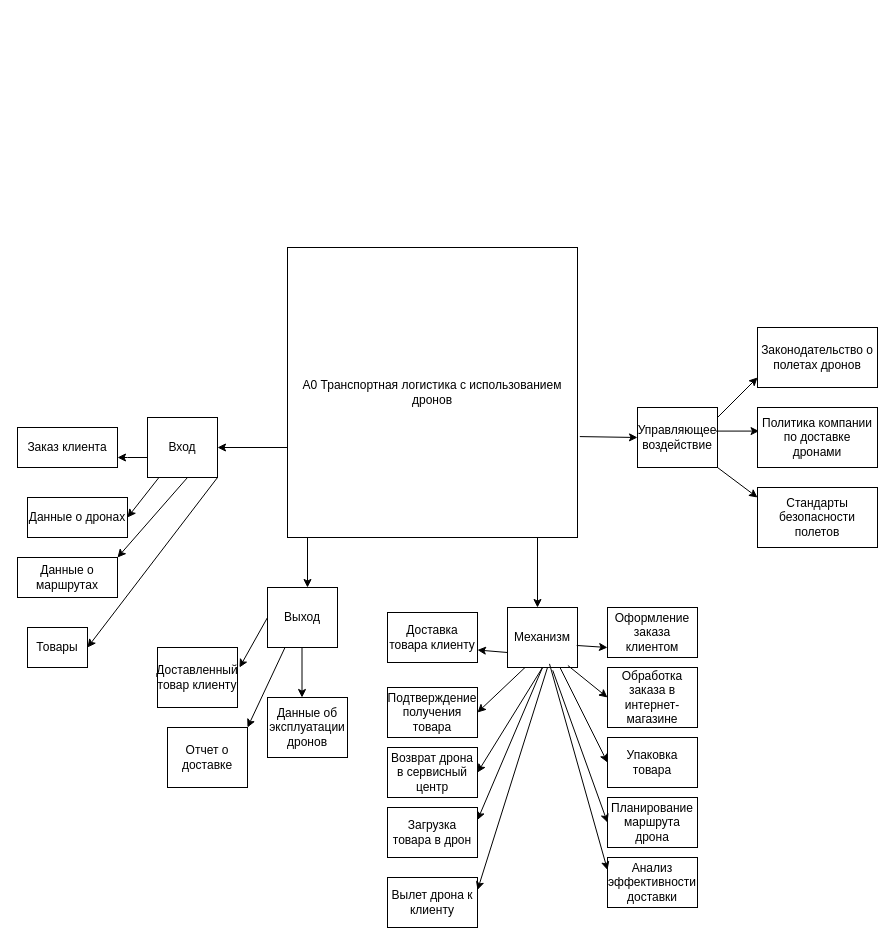
Earlier version of the draw.io diagram Диаграмма без названия.drawio (Exorser/calculator-app). Source tidied: cells renumbered, new cells numbered last; positions are measured from the earlier drawing's top-left corner, leaving out a move shared by most shapes. Both pictures are drawn from the tidied source at 100%, with x=0, y=0 at pixel (17, 247).
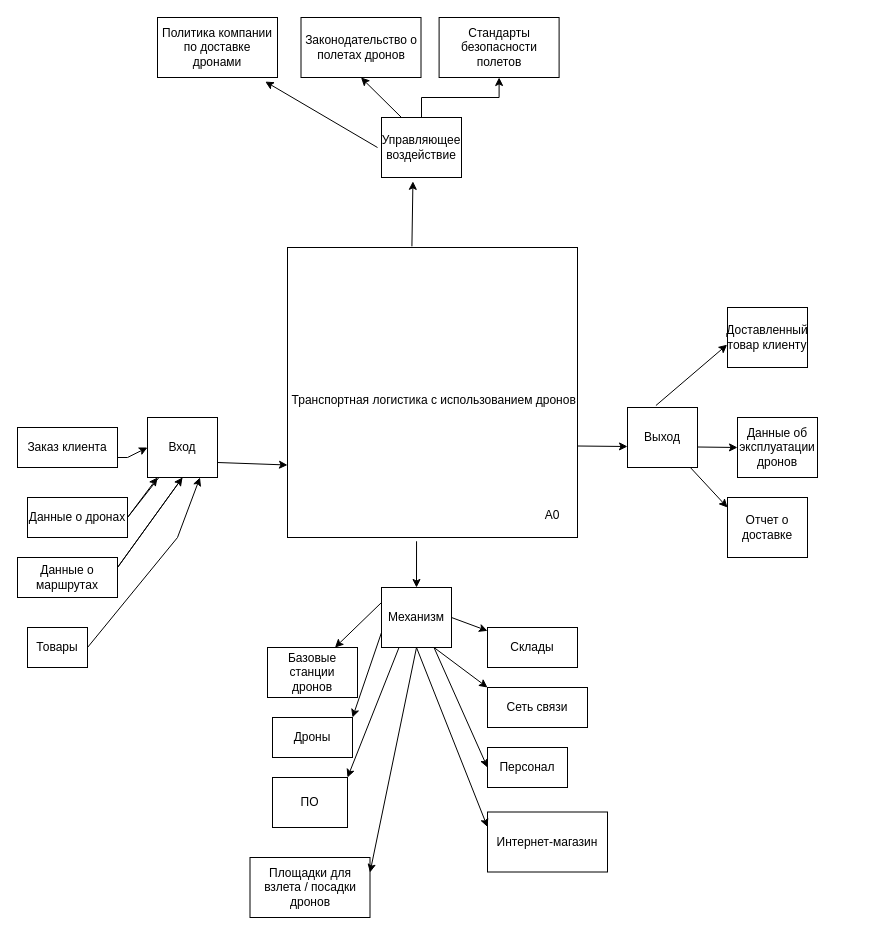
Above is the later version.

Unchanged cells that the change refers to:
```xml
<mxCell id="7" value="Вход" style="rounded=0;whiteSpace=wrap;html=1;" parent="1" vertex="1">
  <mxGeometry x="130" y="170" width="70" height="60" as="geometry" />
</mxCell>
<mxCell id="11" value="Заказ клиента" style="rounded=0;whiteSpace=wrap;html=1;" parent="1" vertex="1">
  <mxGeometry y="180" width="100" height="40" as="geometry" />
</mxCell>
<mxCell id="12" value="Товары" style="rounded=0;whiteSpace=wrap;html=1;" parent="1" vertex="1">
  <mxGeometry x="10" y="380" width="60" height="40" as="geometry" />
</mxCell>
<mxCell id="13" value="Данные о маршрутах" style="rounded=0;whiteSpace=wrap;html=1;" parent="1" vertex="1">
  <mxGeometry y="310" width="100" height="40" as="geometry" />
</mxCell>
<mxCell id="14" value="Данные о дронах" style="rounded=0;whiteSpace=wrap;html=1;" parent="1" vertex="1">
  <mxGeometry x="10" y="250" width="100" height="40" as="geometry" />
</mxCell>
```

Diff of the diagram source:
```diff
@@
-    <mxCell id="2" value="A0 Транспортная логистика с использованием дронов" style="whiteSpace=wrap;html=1;" parent="1" vertex="1">
+    <mxCell id="2" value="&lt;div&gt;&lt;br&gt;&lt;/div&gt;&lt;div&gt;&lt;br&gt;&lt;/div&gt;&lt;div&gt;&lt;br&gt;&lt;/div&gt;&lt;div&gt;&lt;br&gt;&lt;/div&gt;&lt;div&gt;&lt;br&gt;&lt;/div&gt;&lt;div&gt;&lt;br&gt;&lt;/div&gt;&lt;div&gt;&lt;br&gt;&lt;/div&gt;&lt;div&gt;&lt;br&gt;&lt;/div&gt;&lt;div&gt;&lt;br&gt;&lt;/div&gt;&lt;div&gt;&amp;nbsp;Транспортная логистика с использованием дронов&lt;div&gt;&lt;br&gt;&lt;/div&gt;&lt;/div&gt;&lt;div&gt;&lt;br&gt;&lt;/div&gt;&lt;div&gt;&lt;br&gt;&lt;/div&gt;&lt;div&gt;&lt;br&gt;&lt;/div&gt;&lt;div&gt;&lt;br&gt;&lt;/div&gt;&lt;div&gt;&lt;br&gt;&lt;/div&gt;&lt;div&gt;&lt;br&gt;&lt;/div&gt;&lt;div&gt;&lt;span style=&quot;white-space: pre;&quot;&gt;&#9;&lt;/span&gt;&lt;span style=&quot;white-space: pre;&quot;&gt;&#9;&lt;/span&gt;&lt;span style=&quot;white-space: pre;&quot;&gt;&#9;&lt;/span&gt;&lt;span style=&quot;white-space: pre;&quot;&gt;&#9;&lt;/span&gt;&lt;span style=&quot;white-space: pre;&quot;&gt;&#9;&lt;/span&gt;&lt;span style=&quot;white-space: pre;&quot;&gt;&#9;&lt;/span&gt;&lt;span style=&quot;white-space: pre;&quot;&gt;&#9;&lt;/span&gt;&lt;span style=&quot;white-space: pre;&quot;&gt;&#9;&lt;/span&gt;&lt;span style=&quot;white-space: pre;&quot;&gt;&#9;&lt;/span&gt;А0&lt;br&gt;&lt;/div&gt;" style="whiteSpace=wrap;html=1;" parent="1" vertex="1">
       <mxGeometry x="270" width="290" height="290" as="geometry" />
     </mxCell>
-    <mxCell id="3" style="endArrow=classic;html=1;rounded=0;entryX=0;entryY=0.5;entryDx=0;entryDy=0;exitX=1.008;exitY=0.652;exitDx=0;exitDy=0;exitPerimeter=0;" parent="1" edge="1" source="2" target="9">
+    <mxCell id="3" style="endArrow=classic;html=1;rounded=0;entryX=0.393;entryY=1.064;entryDx=0;entryDy=0;entryPerimeter=0;exitX=0.429;exitY=-0.004;exitDx=0;exitDy=0;exitPerimeter=0;" parent="1" edge="1" source="2" target="9">
       <mxGeometry relative="1" as="geometry" />
     </mxCell>
-    <mxCell id="4" style="endArrow=classic;html=1;rounded=0;" parent="1" edge="1">
-      <mxGeometry relative="1" as="geometry">
-        <mxPoint x="520" y="290" as="sourcePoint" />
-        <mxPoint x="520" y="360" as="targetPoint" />
-      </mxGeometry>
-    </mxCell>
-    <mxCell id="5" style="endArrow=classic;html=1;rounded=0;" parent="1" edge="1">
-      <mxGeometry relative="1" as="geometry">
-        <mxPoint x="290" y="290" as="sourcePoint" />
-        <mxPoint x="290" y="340" as="targetPoint" />
-      </mxGeometry>
-    </mxCell>
-    <mxCell id="6" style="endArrow=classic;html=1;rounded=0;" parent="1" edge="1">
-      <mxGeometry relative="1" as="geometry">
-        <mxPoint x="270" y="200" as="sourcePoint" />
-        <mxPoint x="200" y="200" as="targetPoint" />
-      </mxGeometry>
+    <mxCell id="6" style="endArrow=classic;html=1;rounded=0;entryX=0;entryY=0.75;entryDx=0;entryDy=0;exitX=1;exitY=0.75;exitDx=0;exitDy=0;" parent="1" edge="1" source="7" target="2">
+      <mxGeometry relative="1" as="geometry" />
     </mxCell>
@@
     <mxCell id="8" value="Выход" style="rounded=0;whiteSpace=wrap;html=1;" parent="1" vertex="1">
-      <mxGeometry x="250" y="340" width="70" height="60" as="geometry" />
+      <mxGeometry x="610" y="160" width="70" height="60" as="geometry" />
     </mxCell>
+    <mxCell id="51" style="edgeStyle=orthogonalEdgeStyle;rounded=0;jettySize=auto;html=1;" parent="1" edge="1" source="9" target="27">
+      <mxGeometry relative="1" as="geometry" />
+    </mxCell>
     <mxCell id="9" value="Управляющее воздействие" style="rounded=0;whiteSpace=wrap;html=1;" parent="1" vertex="1">
-      <mxGeometry x="620" y="160" width="80" height="60" as="geometry" />
+      <mxGeometry x="364" y="-130" width="80" height="60" as="geometry" />
     </mxCell>
     <mxCell id="10" value="Механизм" style="rounded=0;whiteSpace=wrap;html=1;" parent="1" vertex="1">
-      <mxGeometry x="490" y="360" width="70" height="60" as="geometry" />
+      <mxGeometry x="364" y="340" width="70" height="60" as="geometry" />
     </mxCell>
@@
-    <mxCell id="15" style="endArrow=classic;html=1;rounded=0;" parent="1" edge="1">
+    <mxCell id="15" style="endArrow=classic;html=1;rounded=0;entryX=0;entryY=0.5;entryDx=0;entryDy=0;exitX=1;exitY=0.75;exitDx=0;exitDy=0;" parent="1" edge="1" source="11" target="7">
       <mxGeometry relative="1" as="geometry">
-        <mxPoint x="130" y="210" as="sourcePoint" />
-        <mxPoint x="100" y="210" as="targetPoint" />
         <Array as="points">
           <mxPoint x="110" y="210" />
         </Array>
       </mxGeometry>
     </mxCell>
-    <mxCell id="16" style="endArrow=classic;html=1;rounded=0;entryX=1;entryY=0.5;entryDx=0;entryDy=0;" parent="1" edge="1" source="7" target="14">
-      <mxGeometry relative="1" as="geometry" />
+    <mxCell id="16" style="endArrow=classic;html=1;rounded=0;" parent="1" edge="1" source="7">
+      <mxGeometry relative="1" as="geometry">
+        <mxPoint x="140" y="230" as="targetPoint" />
+        <Array as="points">
+          <mxPoint x="110" y="270" />
+        </Array>
+      </mxGeometry>
     </mxCell>
-    <mxCell id="17" style="endArrow=classic;html=1;rounded=0;entryX=1;entryY=0;entryDx=0;entryDy=0;exitX=0.5;exitY=1;exitDx=0;exitDy=0;" parent="1" edge="1" source="7" target="13">
+    <mxCell id="17" style="endArrow=classic;html=1;rounded=0;exitX=0.5;exitY=1;exitDx=0;exitDy=0;entryX=0.5;entryY=1;entryDx=0;entryDy=0;" parent="1" edge="1" source="7" target="7">
       <mxGeometry relative="1" as="geometry">
         <Array as="points">
-          <mxPoint x="170" y="230" />
+          <mxPoint x="100" y="320" />
         </Array>
       </mxGeometry>
     </mxCell>
-    <mxCell id="18" style="endArrow=classic;html=1;rounded=0;entryX=1;entryY=0.5;entryDx=0;entryDy=0;exitX=0.5;exitY=1;exitDx=0;exitDy=0;" parent="1" edge="1" target="12">
+    <mxCell id="18" style="endArrow=classic;html=1;rounded=0;entryX=0.75;entryY=1;entryDx=0;entryDy=0;exitX=1;exitY=0.5;exitDx=0;exitDy=0;" parent="1" edge="1" source="12" target="7">
       <mxGeometry relative="1" as="geometry">
-        <mxPoint x="195" y="230" as="sourcePoint" />
         <Array as="points">
-          <mxPoint x="200" y="230" />
+          <mxPoint x="160" y="290" />
         </Array>
       </mxGeometry>
     </mxCell>
-    <mxCell id="19" style="endArrow=classic;html=1;rounded=0;exitX=0.25;exitY=1;exitDx=0;exitDy=0;" parent="1" edge="1" source="8">
-      <mxGeometry relative="1" as="geometry">
-        <mxPoint x="230" y="480" as="targetPoint" />
-      </mxGeometry>
-    </mxCell>
-    <mxCell id="20" style="endArrow=classic;html=1;rounded=0;exitX=0.25;exitY=1;exitDx=0;exitDy=0;" parent="1" edge="1">
-      <mxGeometry relative="1" as="geometry">
-        <mxPoint x="250" y="370" as="sourcePoint" />
-        <mxPoint x="222" y="420" as="targetPoint" />
-      </mxGeometry>
-    </mxCell>
-    <mxCell id="21" style="endArrow=classic;html=1;rounded=0;exitX=0.25;exitY=1;exitDx=0;exitDy=0;" parent="1" edge="1">
-      <mxGeometry relative="1" as="geometry">
-        <mxPoint x="284.5" y="400" as="sourcePoint" />
-        <mxPoint x="284.5" y="450" as="targetPoint" />
-      </mxGeometry>
-    </mxCell>
     <mxCell id="22" value="Доставленный товар клиенту" style="rounded=0;whiteSpace=wrap;html=1;" parent="1" vertex="1">
-      <mxGeometry x="140" y="400" width="80" height="60" as="geometry" />
+      <mxGeometry x="710" y="60" width="80" height="60" as="geometry" />
     </mxCell>
     <mxCell id="23" value="Отчет о доставке" style="rounded=0;whiteSpace=wrap;html=1;" parent="1" vertex="1">
-      <mxGeometry x="150" y="480" width="80" height="60" as="geometry" />
+      <mxGeometry x="710" y="250" width="80" height="60" as="geometry" />
     </mxCell>
     <mxCell id="24" value="Данные об эксплуатации дронов" style="rounded=0;whiteSpace=wrap;html=1;" parent="1" vertex="1">
-      <mxGeometry x="250" y="450" width="80" height="60" as="geometry" />
+      <mxGeometry x="720" y="170" width="80" height="60" as="geometry" />
     </mxCell>
     <mxCell id="25" value="Законодательство о полетах дронов" style="rounded=0;whiteSpace=wrap;html=1;" parent="1" vertex="1">
-      <mxGeometry x="740" y="80" width="120" height="60" as="geometry" />
+      <mxGeometry x="283.5" y="-230" width="120" height="60" as="geometry" />
     </mxCell>
     <mxCell id="26" value="Политика компании по доставке дронами" style="rounded=0;whiteSpace=wrap;html=1;" parent="1" vertex="1">
-      <mxGeometry x="740" y="160" width="120" height="60" as="geometry" />
+      <mxGeometry x="140" y="-230" width="120" height="60" as="geometry" />
     </mxCell>
     <mxCell id="27" value="Стандарты безопасности полетов" style="rounded=0;whiteSpace=wrap;html=1;" parent="1" vertex="1">
-      <mxGeometry x="740" y="240" width="120" height="60" as="geometry" />
+      <mxGeometry x="421.6" y="-230" width="120" height="60" as="geometry" />
     </mxCell>
-    <mxCell id="28" style="endArrow=classic;html=1;rounded=0;exitX=0.98;exitY=0.393;exitDx=0;exitDy=0;exitPerimeter=0;entryX=0.013;entryY=0.393;entryDx=0;entryDy=0;entryPerimeter=0;" parent="1" edge="1" source="9" target="26">
-      <mxGeometry relative="1" as="geometry" />
-    </mxCell>
-    <mxCell id="29" style="endArrow=classic;html=1;rounded=0;" parent="1" edge="1">
-      <mxGeometry relative="1" as="geometry">
-        <mxPoint x="700" y="170" as="sourcePoint" />
-        <mxPoint x="740" y="130" as="targetPoint" />
-      </mxGeometry>
-    </mxCell>
-    <mxCell id="30" style="endArrow=classic;html=1;rounded=0;exitX=1;exitY=1;exitDx=0;exitDy=0;" parent="1" edge="1" source="9">
-      <mxGeometry relative="1" as="geometry">
-        <mxPoint x="740" y="250" as="targetPoint" />
-      </mxGeometry>
-    </mxCell>
-    <mxCell id="31" value="Оформление заказа клиентом" style="rounded=0;whiteSpace=wrap;html=1;" parent="1" vertex="1">
-      <mxGeometry x="590" y="360" width="90" height="50" as="geometry" />
-    </mxCell>
-    <mxCell id="32" value="Обработка заказа в интернет-магазине" style="rounded=0;whiteSpace=wrap;html=1;" parent="1" vertex="1">
-      <mxGeometry x="590" y="420" width="90" height="60" as="geometry" />
-    </mxCell>
-    <mxCell id="33" value="Упаковка товара" style="rounded=0;whiteSpace=wrap;html=1;" parent="1" vertex="1">
-      <mxGeometry x="590" y="490" width="90" height="50" as="geometry" />
-    </mxCell>
-    <mxCell id="34" value="Планирование маршрута дрона" style="rounded=0;whiteSpace=wrap;html=1;" parent="1" vertex="1">
-      <mxGeometry x="590" y="550" width="90" height="50" as="geometry" />
-    </mxCell>
-    <mxCell id="35" value="Загрузка товара в дрон" style="rounded=0;whiteSpace=wrap;html=1;" parent="1" vertex="1">
-      <mxGeometry x="370" y="560" width="90" height="50" as="geometry" />
-    </mxCell>
-    <mxCell id="36" value="Вылет дрона к клиенту" style="rounded=0;whiteSpace=wrap;html=1;" parent="1" vertex="1">
-      <mxGeometry x="370" y="630" width="90" height="50" as="geometry" />
-    </mxCell>
-    <mxCell id="37" value="Доставка товара клиенту" style="rounded=0;whiteSpace=wrap;html=1;" parent="1" vertex="1">
-      <mxGeometry x="370" y="365" width="90" height="50" as="geometry" />
-    </mxCell>
-    <mxCell id="38" value="Подтверждение получения товара" style="rounded=0;whiteSpace=wrap;html=1;" parent="1" vertex="1">
-      <mxGeometry x="370" y="440" width="90" height="50" as="geometry" />
-    </mxCell>
-    <mxCell id="39" value="Возврат дрона в сервисный центр" style="rounded=0;whiteSpace=wrap;html=1;" parent="1" vertex="1">
-      <mxGeometry x="370" y="500" width="90" height="50" as="geometry" />
-    </mxCell>
-    <mxCell id="40" value="Анализ эффективности доставки" style="rounded=0;whiteSpace=wrap;html=1;" parent="1" vertex="1">
-      <mxGeometry x="590" y="610" width="90" height="50" as="geometry" />
-    </mxCell>
-    <mxCell id="41" style="endArrow=classic;html=1;rounded=0;exitX=0.989;exitY=0.633;exitDx=0;exitDy=0;exitPerimeter=0;" parent="1" edge="1" source="10">
-      <mxGeometry relative="1" as="geometry">
-        <mxPoint x="590" y="400" as="targetPoint" />
-      </mxGeometry>
+    <mxCell id="41" style="endArrow=classic;html=1;rounded=0;exitX=0.445;exitY=1.013;exitDx=0;exitDy=0;exitPerimeter=0;entryX=0.5;entryY=0;entryDx=0;entryDy=0;" parent="1" edge="1" source="2" target="10">
+      <mxGeometry relative="1" as="geometry" />
     </mxCell>
-    <mxCell id="42" style="endArrow=classic;html=1;rounded=0;entryX=0;entryY=0.5;entryDx=0;entryDy=0;exitX=0.863;exitY=0.967;exitDx=0;exitDy=0;exitPerimeter=0;" parent="1" edge="1" source="10" target="32">
-      <mxGeometry relative="1" as="geometry" />
-    </mxCell>
-    <mxCell id="43" style="endArrow=classic;html=1;rounded=0;entryX=0;entryY=0.5;entryDx=0;entryDy=0;exitX=0.75;exitY=1;exitDx=0;exitDy=0;" parent="1" edge="1" source="10" target="33">
-      <mxGeometry relative="1" as="geometry" />
-    </mxCell>
-    <mxCell id="44" style="endArrow=classic;html=1;rounded=0;entryX=0;entryY=0.5;entryDx=0;entryDy=0;exitX=0.646;exitY=1.047;exitDx=0;exitDy=0;exitPerimeter=0;" parent="1" edge="1" source="10" target="34">
-      <mxGeometry relative="1" as="geometry" />
-    </mxCell>
-    <mxCell id="45" style="endArrow=classic;html=1;rounded=0;entryX=0;entryY=0.25;entryDx=0;entryDy=0;exitX=0.6;exitY=0.94;exitDx=0;exitDy=0;exitPerimeter=0;" parent="1" edge="1" source="10" target="40">
-      <mxGeometry relative="1" as="geometry" />
-    </mxCell>
-    <mxCell id="46" style="endArrow=classic;html=1;rounded=0;exitX=0;exitY=0.75;exitDx=0;exitDy=0;entryX=1;entryY=0.75;entryDx=0;entryDy=0;" parent="1" edge="1" source="10" target="37">
-      <mxGeometry relative="1" as="geometry" />
-    </mxCell>
-    <mxCell id="47" style="endArrow=classic;html=1;rounded=0;exitX=0.25;exitY=1;exitDx=0;exitDy=0;entryX=1;entryY=0.5;entryDx=0;entryDy=0;" parent="1" edge="1" source="10" target="38">
-      <mxGeometry relative="1" as="geometry" />
-    </mxCell>
-    <mxCell id="48" style="endArrow=classic;html=1;rounded=0;exitX=0.5;exitY=1;exitDx=0;exitDy=0;entryX=1;entryY=0.5;entryDx=0;entryDy=0;" parent="1" edge="1" source="10" target="39">
-      <mxGeometry relative="1" as="geometry" />
-    </mxCell>
-    <mxCell id="49" style="endArrow=classic;html=1;rounded=0;exitX=0.5;exitY=1;exitDx=0;exitDy=0;entryX=1;entryY=0.25;entryDx=0;entryDy=0;" parent="1" edge="1" source="10" target="35">
-      <mxGeometry relative="1" as="geometry" />
-    </mxCell>
-    <mxCell id="50" style="endArrow=classic;html=1;rounded=0;entryX=1;entryY=0.25;entryDx=0;entryDy=0;" parent="1" edge="1" target="36">
-      <mxGeometry relative="1" as="geometry">
-        <mxPoint x="530" y="420" as="sourcePoint" />
-      </mxGeometry>
-    </mxCell>
+    <mxCell id="52" style="endArrow=classic;html=1;rounded=0;exitX=1;exitY=0.75;exitDx=0;exitDy=0;" parent="1" edge="1">
+      <mxGeometry relative="1" as="geometry">
+        <mxPoint x="560" y="198.5" as="sourcePoint" />
+        <mxPoint x="610" y="199" as="targetPoint" />
+      </mxGeometry>
+    </mxCell>
+    <mxCell id="53" style="endArrow=classic;html=1;rounded=0;exitX=1;exitY=0.75;exitDx=0;exitDy=0;" parent="1" edge="1">
+      <mxGeometry relative="1" as="geometry">
+        <mxPoint x="680" y="199.5" as="sourcePoint" />
+        <mxPoint x="720" y="200" as="targetPoint" />
+      </mxGeometry>
+    </mxCell>
+    <mxCell id="54" style="endArrow=classic;html=1;rounded=0;entryX=0;entryY=0.5;entryDx=0;entryDy=0;" parent="1" edge="1" source="8">
+      <mxGeometry relative="1" as="geometry">
+        <mxPoint x="710" y="260" as="targetPoint" />
+      </mxGeometry>
+    </mxCell>
+    <mxCell id="55" style="endArrow=classic;html=1;rounded=0;entryX=-0.005;entryY=0.62;entryDx=0;entryDy=0;entryPerimeter=0;exitX=0.406;exitY=-0.033;exitDx=0;exitDy=0;exitPerimeter=0;" parent="1" edge="1" source="8" target="22">
+      <mxGeometry relative="1" as="geometry" />
+    </mxCell>
+    <mxCell id="56" style="endArrow=classic;html=1;rounded=0;entryX=0.5;entryY=1;entryDx=0;entryDy=0;exitX=0.25;exitY=0;exitDx=0;exitDy=0;" parent="1" edge="1" source="9" target="25">
+      <mxGeometry relative="1" as="geometry" />
+    </mxCell>
+    <mxCell id="57" style="endArrow=classic;html=1;rounded=0;entryX=0.898;entryY=1.068;entryDx=0;entryDy=0;entryPerimeter=0;" parent="1" edge="1" target="26">
+      <mxGeometry relative="1" as="geometry">
+        <mxPoint x="360" y="-100" as="sourcePoint" />
+      </mxGeometry>
+    </mxCell>
+    <mxCell id="58" style="endArrow=classic;html=1;rounded=0;exitX=0;exitY=0.75;exitDx=0;exitDy=0;entryX=1;entryY=0;entryDx=0;entryDy=0;" parent="1" edge="1" source="10" target="59">
+      <mxGeometry relative="1" as="geometry" />
+    </mxCell>
+    <mxCell id="59" value="Дроны" style="rounded=0;whiteSpace=wrap;html=1;" parent="1" vertex="1">
+      <mxGeometry x="255" y="470" width="80" height="40" as="geometry" />
+    </mxCell>
+    <mxCell id="60" value="Склады" style="rounded=0;whiteSpace=wrap;html=1;" parent="1" vertex="1">
+      <mxGeometry x="470" y="380" width="90" height="40" as="geometry" />
+    </mxCell>
+    <mxCell id="61" value="Персонал" style="rounded=0;whiteSpace=wrap;html=1;" parent="1" vertex="1">
+      <mxGeometry x="470" y="500" width="80" height="40" as="geometry" />
+    </mxCell>
+    <mxCell id="62" value="Интернет-магазин" style="rounded=0;whiteSpace=wrap;html=1;" parent="1" vertex="1">
+      <mxGeometry x="470" y="564.5" width="120" height="60" as="geometry" />
+    </mxCell>
+    <mxCell id="63" value="Базовые станции дронов" style="rounded=0;whiteSpace=wrap;html=1;" parent="1" vertex="1">
+      <mxGeometry x="250" y="400" width="90" height="50" as="geometry" />
+    </mxCell>
+    <mxCell id="64" value="ПО" style="rounded=0;whiteSpace=wrap;html=1;" parent="1" vertex="1">
+      <mxGeometry x="255" y="530" width="75" height="50" as="geometry" />
+    </mxCell>
+    <mxCell id="65" value="Площадки для взлета / посадки дронов" style="rounded=0;whiteSpace=wrap;html=1;" parent="1" vertex="1">
+      <mxGeometry x="232.5" y="610" width="120" height="60" as="geometry" />
+    </mxCell>
+    <mxCell id="66" value="Сеть связи" style="rounded=0;whiteSpace=wrap;html=1;" parent="1" vertex="1">
+      <mxGeometry x="470" y="440" width="100" height="40" as="geometry" />
+    </mxCell>
+    <mxCell id="67" style="endArrow=classic;html=1;rounded=0;exitX=1;exitY=0.5;exitDx=0;exitDy=0;" parent="1" edge="1" source="10" target="60">
+      <mxGeometry relative="1" as="geometry" />
+    </mxCell>
+    <mxCell id="68" style="endArrow=classic;html=1;rounded=0;entryX=0.75;entryY=0;entryDx=0;entryDy=0;exitX=0;exitY=0.25;exitDx=0;exitDy=0;" parent="1" edge="1" source="10" target="63">
+      <mxGeometry relative="1" as="geometry" />
+    </mxCell>
+    <mxCell id="69" style="endArrow=classic;html=1;rounded=0;exitX=0.75;exitY=1;exitDx=0;exitDy=0;entryX=0;entryY=0;entryDx=0;entryDy=0;" parent="1" edge="1" source="10" target="66">
+      <mxGeometry relative="1" as="geometry" />
+    </mxCell>
+    <mxCell id="70" style="endArrow=classic;html=1;rounded=0;entryX=0;entryY=0.5;entryDx=0;entryDy=0;exitX=0.75;exitY=1;exitDx=0;exitDy=0;" parent="1" edge="1" source="10" target="61">
+      <mxGeometry relative="1" as="geometry" />
+    </mxCell>
+    <mxCell id="71" style="endArrow=classic;html=1;rounded=0;exitX=0.5;exitY=1;exitDx=0;exitDy=0;entryX=0;entryY=0.25;entryDx=0;entryDy=0;" parent="1" edge="1" source="10" target="62">
+      <mxGeometry relative="1" as="geometry" />
+    </mxCell>
+    <mxCell id="72" style="endArrow=classic;html=1;rounded=0;entryX=1;entryY=0;entryDx=0;entryDy=0;exitX=0.25;exitY=1;exitDx=0;exitDy=0;" parent="1" edge="1" source="10" target="64">
+      <mxGeometry relative="1" as="geometry" />
+    </mxCell>
+    <mxCell id="73" style="endArrow=classic;html=1;rounded=0;exitX=0.5;exitY=1;exitDx=0;exitDy=0;entryX=1;entryY=0.25;entryDx=0;entryDy=0;" parent="1" edge="1" source="10" target="65">
+      <mxGeometry relative="1" as="geometry" />
+    </mxCell>
```
